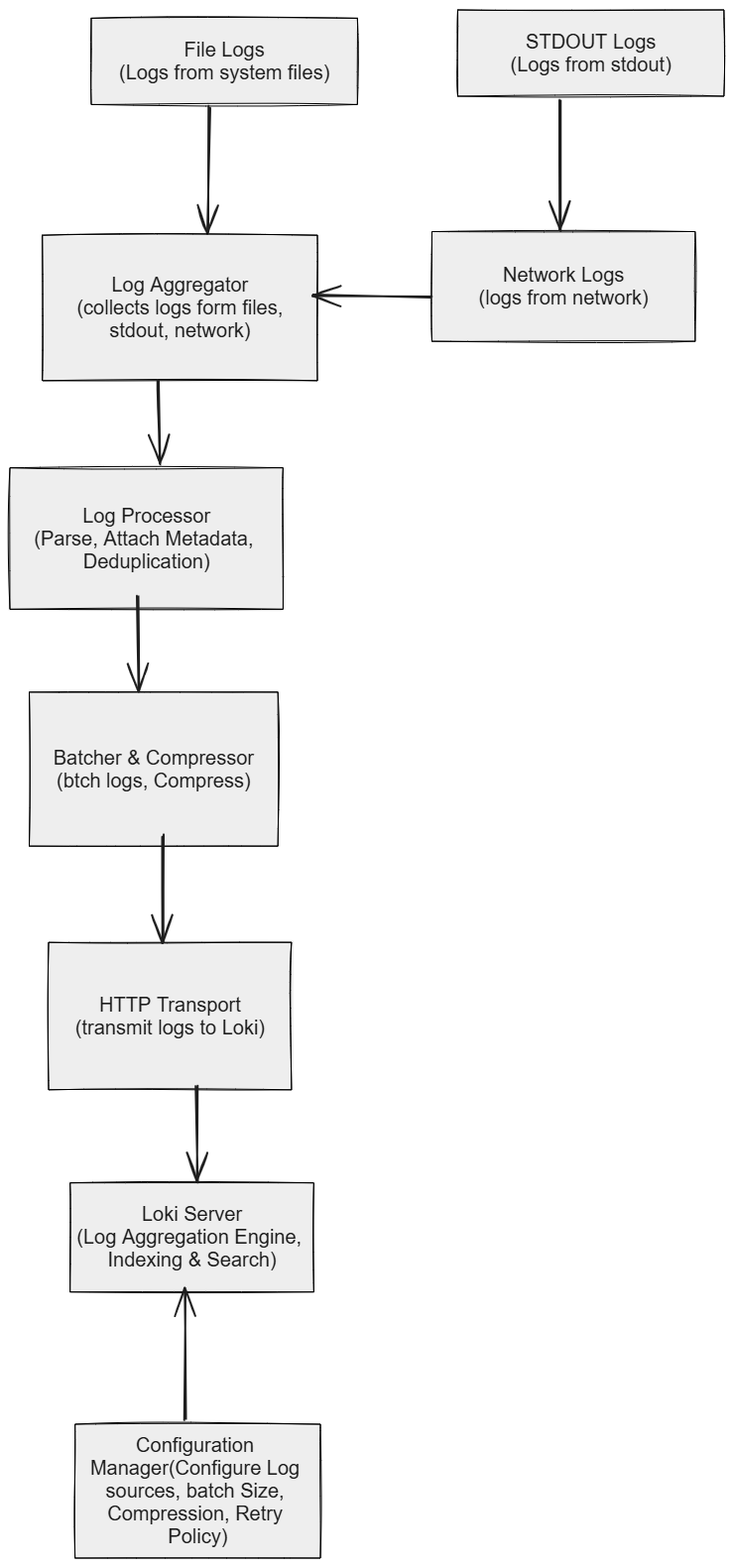
Above: images/loki.excalidraw.png in jekabso21/prog_-_tech_task (Excalidraw), before the change. Source tidied: one line per element, renumbered; positions are measured from the earlier drawing's top-left corner, leaving out a move shared by most shapes.
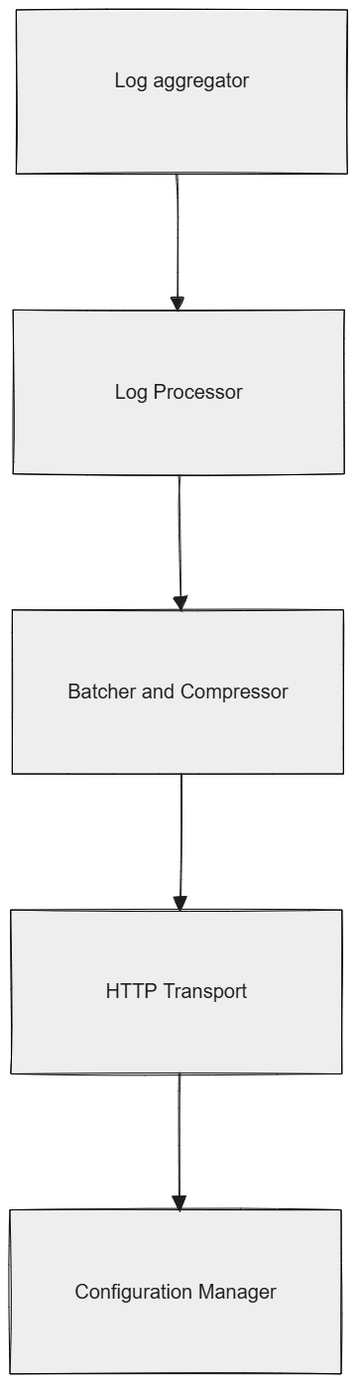
After the change.

Diff of the diagram source:
```diff
@@ -1,26 +1,14 @@
-{"id": 0, "type": "rectangle", "strokeColor": "#000000", "backgroundColor": "#eeeeee", "fillStyle": "solid", "strokeWidth": 1, "roughness": 1, "x": 82, "y": 8, "width": 268, "height": 87}
-{"id": 1, "type": "text", "text": "File Logs\n(Logs from system files)", "strokeColor": "#1e1e1e", "strokeWidth": 2, "roughness": 1, "fontSize": 20, "fontFamily": 2, "textAlign": "center", "verticalAlign": "middle", "inside": 0, "x": 110, "y": 29, "width": 212, "height": 46}
-{"id": 2, "type": "rectangle", "strokeColor": "#000000", "backgroundColor": "#eeeeee", "fillStyle": "solid", "strokeWidth": 1, "roughness": 1, "x": 451, "y": 0, "width": 268, "height": 87}
-{"id": 3, "type": "text", "text": "STDOUT Logs\n(Logs from stdout)", "strokeColor": "#1e1e1e", "strokeWidth": 2, "roughness": 1, "fontSize": 20, "fontFamily": 2, "textAlign": "center", "verticalAlign": "middle", "inside": 2, "x": 505, "y": 20, "width": 162, "height": 46}
-{"id": 4, "type": "arrow", "strokeColor": "#1e1e1e", "strokeWidth": 2, "roughness": 1, "endArrowhead": "arrow", "round": true, "from": 0, "to": 5, "x": 201, "y": 98, "width": 1, "height": 127, "points": [[0, 0], [-1, 127]]}
-{"id": 5, "type": "rectangle", "strokeColor": "#000000", "backgroundColor": "#eeeeee", "fillStyle": "solid", "strokeWidth": 1, "roughness": 1, "x": 33, "y": 227, "width": 277, "height": 147}
-{"id": 6, "type": "text", "text": "Log Aggregator\n(collects logs form files,\nstdout, network)", "strokeColor": "#1e1e1e", "strokeWidth": 2, "roughness": 1, "fontSize": 20, "fontFamily": 2, "textAlign": "center", "verticalAlign": "middle", "inside": 5, "x": 67, "y": 266, "width": 208, "height": 69}
-{"id": 7, "type": "rectangle", "strokeColor": "#000000", "backgroundColor": "#eeeeee", "fillStyle": "solid", "strokeWidth": 1, "roughness": 1, "x": 425, "y": 224, "width": 265, "height": 111}
-{"id": 8, "type": "text", "text": "Network Logs\n(logs from network)", "strokeColor": "#1e1e1e", "strokeWidth": 2, "roughness": 1, "fontSize": 20, "fontFamily": 2, "textAlign": "center", "verticalAlign": "middle", "inside": 7, "x": 473, "y": 256, "width": 171, "height": 46}
-{"id": 9, "type": "arrow", "strokeColor": "#1e1e1e", "strokeWidth": 2, "roughness": 1, "endArrowhead": "arrow", "round": true, "from": 2, "to": 7, "x": 555, "y": 91, "width": 0, "height": 132, "points": [[0, 0], [0, 132]]}
-{"id": 10, "type": "rectangle", "strokeColor": "#000000", "backgroundColor": "#eeeeee", "fillStyle": "solid", "strokeWidth": 1, "roughness": 1, "x": 0, "y": 462, "width": 275, "height": 143}
-{"id": 11, "type": "text", "text": "Log Processor\n(Parse, Attach Metadata, \nDeduplication)", "strokeColor": "#1e1e1e", "strokeWidth": 2, "roughness": 1, "fontSize": 20, "fontFamily": 2, "textAlign": "center", "verticalAlign": "middle", "inside": 10, "x": 24, "y": 498, "width": 227, "height": 69}
-{"id": 12, "type": "arrow", "strokeColor": "#1e1e1e", "strokeWidth": 2, "roughness": 1, "endArrowhead": "arrow", "round": true, "to": 10, "x": 150, "y": 373, "width": 1, "height": 84, "points": [[0, 0], [1, 84]]}
-{"id": 13, "type": "rectangle", "strokeColor": "#000000", "backgroundColor": "#eeeeee", "fillStyle": "solid", "strokeWidth": 1, "roughness": 1, "x": 20, "y": 688, "width": 251, "height": 155}
-{"id": 14, "type": "text", "text": "Batcher & Compressor\n(btch logs, Compress)", "strokeColor": "#1e1e1e", "strokeWidth": 2, "roughness": 1, "fontSize": 20, "fontFamily": 2, "textAlign": "center", "verticalAlign": "middle", "inside": 13, "x": 44, "y": 742, "width": 202, "height": 46}
-{"id": 15, "type": "arrow", "strokeColor": "#1e1e1e", "strokeWidth": 2, "roughness": 1, "endArrowhead": "arrow", "round": true, "to": 13, "x": 129, "y": 591, "width": 0, "height": 96, "points": [[0, 0], [0, 96]]}
-{"id": 16, "type": "arrow", "strokeColor": "#1e1e1e", "strokeWidth": 2, "roughness": 1, "endArrowhead": "arrow", "round": true, "from": 7, "x": 424, "y": 290, "width": 119, "height": 3, "points": [[0, 0], [-119, -3]]}
-{"id": 17, "type": "rectangle", "strokeColor": "#000000", "backgroundColor": "#eeeeee", "fillStyle": "solid", "strokeWidth": 1, "roughness": 1, "x": 39, "y": 940, "width": 245, "height": 149}
-{"id": 18, "type": "text", "text": "HTTP Transport\n(transmit logs to Loki)", "strokeColor": "#1e1e1e", "strokeWidth": 2, "roughness": 1, "fontSize": 20, "fontFamily": 2, "textAlign": "center", "verticalAlign": "middle", "inside": 17, "x": 66, "y": 991, "width": 191, "height": 46}
-{"id": 19, "type": "arrow", "strokeColor": "#1e1e1e", "strokeWidth": 2, "roughness": 1, "endArrowhead": "arrow", "round": true, "to": 17, "x": 155, "y": 832, "width": 0, "height": 108, "points": [[0, 0], [0, 108]]}
-{"id": 20, "type": "rectangle", "strokeColor": "#000000", "backgroundColor": "#eeeeee", "fillStyle": "solid", "strokeWidth": 1, "roughness": 1, "x": 61, "y": 1183, "width": 246, "height": 110}
-{"id": 21, "type": "text", "text": "Loki Server\n(Log Aggregation Engine, \nIndexing & Search)", "strokeColor": "#1e1e1e", "strokeWidth": 2, "roughness": 1, "fontSize": 20, "fontFamily": 2, "textAlign": "center", "verticalAlign": "middle", "inside": 20, "x": 67, "y": 1203, "width": 232, "height": 69}
-{"id": 22, "type": "arrow", "strokeColor": "#1e1e1e", "strokeWidth": 2, "roughness": 1, "endArrowhead": "arrow", "round": true, "to": 20, "x": 188, "y": 1084, "width": 2, "height": 97, "points": [[0, 0], [2, 97]]}
-{"id": 23, "type": "rectangle", "strokeColor": "#000000", "backgroundColor": "#eeeeee", "fillStyle": "solid", "strokeWidth": 1, "roughness": 1, "x": 66, "y": 1426, "width": 247, "height": 135}
-{"id": 24, "type": "text", "text": "Configuration \nManager(Configure Log \nsources, batch Size, \nCompression, Retry \nPolicy)", "strokeColor": "#1e1e1e", "strokeWidth": 2, "roughness": 1, "fontSize": 20, "fontFamily": 2, "textAlign": "center", "verticalAlign": "middle", "inside": 23, "x": 81, "y": 1436, "width": 217, "height": 115}
-{"id": 25, "type": "arrow", "strokeColor": "#1e1e1e", "strokeWidth": 2, "roughness": 1, "endArrowhead": "arrow", "round": true, "from": 23, "x": 176, "y": 1422, "width": 0, "height": 132, "points": [[0, 0], [0, -132]]}
+{"id": 26, "type": "rectangle", "strokeColor": "#000000", "backgroundColor": "#eeeeee", "fillStyle": "solid", "strokeWidth": 1, "roughness": 1, "x": 270, "y": 6, "width": 334, "height": 165}
+{"id": 27, "type": "text", "text": "Log aggregator\n  ", "strokeColor": "#1e1e1e", "strokeWidth": 1, "roughness": 1, "fontSize": 20, "fontFamily": 2, "textAlign": "center", "verticalAlign": "middle", "inside": 26, "x": 369, "y": 65, "width": 136, "height": 46}
+{"id": 28, "type": "rectangle", "strokeColor": "#000000", "backgroundColor": "#eeeeee", "fillStyle": "solid", "strokeWidth": 1, "roughness": 1, "x": 267, "y": 308, "width": 334, "height": 165}
+{"id": 29, "type": "text", "text": "Log Processor", "strokeColor": "#1e1e1e", "strokeWidth": 1, "roughness": 1, "fontSize": 20, "fontFamily": 2, "textAlign": "center", "verticalAlign": "middle", "inside": 28, "x": 369, "y": 379, "width": 129, "height": 23}
+{"id": 30, "type": "rectangle", "strokeColor": "#000000", "backgroundColor": "#eeeeee", "fillStyle": "solid", "strokeWidth": 1, "roughness": 1, "x": 266, "y": 610, "width": 334, "height": 165}
+{"id": 31, "type": "text", "text": "Batcher and Compressor", "strokeColor": "#1e1e1e", "strokeWidth": 1, "roughness": 1, "fontSize": 20, "fontFamily": 2, "textAlign": "center", "verticalAlign": "middle", "inside": 30, "x": 322, "y": 681, "width": 222, "height": 23}
+{"id": 32, "type": "rectangle", "strokeColor": "#000000", "backgroundColor": "#eeeeee", "fillStyle": "solid", "strokeWidth": 1, "roughness": 1, "x": 263, "y": 1215, "width": 334, "height": 165}
+{"id": 33, "type": "text", "text": "Configuration Manager", "strokeColor": "#1e1e1e", "strokeWidth": 1, "roughness": 1, "fontSize": 20, "fontFamily": 2, "textAlign": "center", "verticalAlign": "middle", "inside": 32, "x": 329, "y": 1286, "width": 203, "height": 23}
+{"id": 34, "type": "arrow", "strokeColor": "#1e1e1e", "strokeWidth": 1, "roughness": 1, "endArrowhead": "triangle", "round": true, "to": 28, "x": 432, "y": 170, "width": 0, "height": 139, "points": [[0, 0], [0, 36], [0, 139]]}
+{"id": 35, "type": "rectangle", "strokeColor": "#000000", "backgroundColor": "#eeeeee", "fillStyle": "solid", "strokeWidth": 1, "roughness": 1, "x": 264, "y": 913, "width": 334, "height": 165}
+{"id": 36, "type": "text", "text": "HTTP Transport", "strokeColor": "#1e1e1e", "strokeWidth": 1, "roughness": 1, "fontSize": 20, "fontFamily": 2, "textAlign": "center", "verticalAlign": "middle", "inside": 35, "x": 360, "y": 984, "width": 143, "height": 23}
+{"id": 37, "type": "arrow", "strokeColor": "#1e1e1e", "strokeWidth": 1, "roughness": 1, "endArrowhead": "triangle", "round": true, "x": 434, "y": 473, "width": 2, "height": 138, "points": [[0, 0], [2, 36], [2, 138]]}
+{"id": 38, "type": "arrow", "strokeColor": "#1e1e1e", "strokeWidth": 1, "roughness": 1, "endArrowhead": "triangle", "round": true, "to": 35, "x": 436, "y": 775, "width": 0, "height": 139, "points": [[0, 0], [0, 73], [0, 139]]}
+{"id": 39, "type": "arrow", "strokeColor": "#1e1e1e", "strokeWidth": 1, "roughness": 1, "endArrowhead": "triangle", "round": true, "to": 32, "x": 435, "y": 1077, "width": 0, "height": 139, "points": [[0, 0], [0, 36], [0, 139]]}
```
